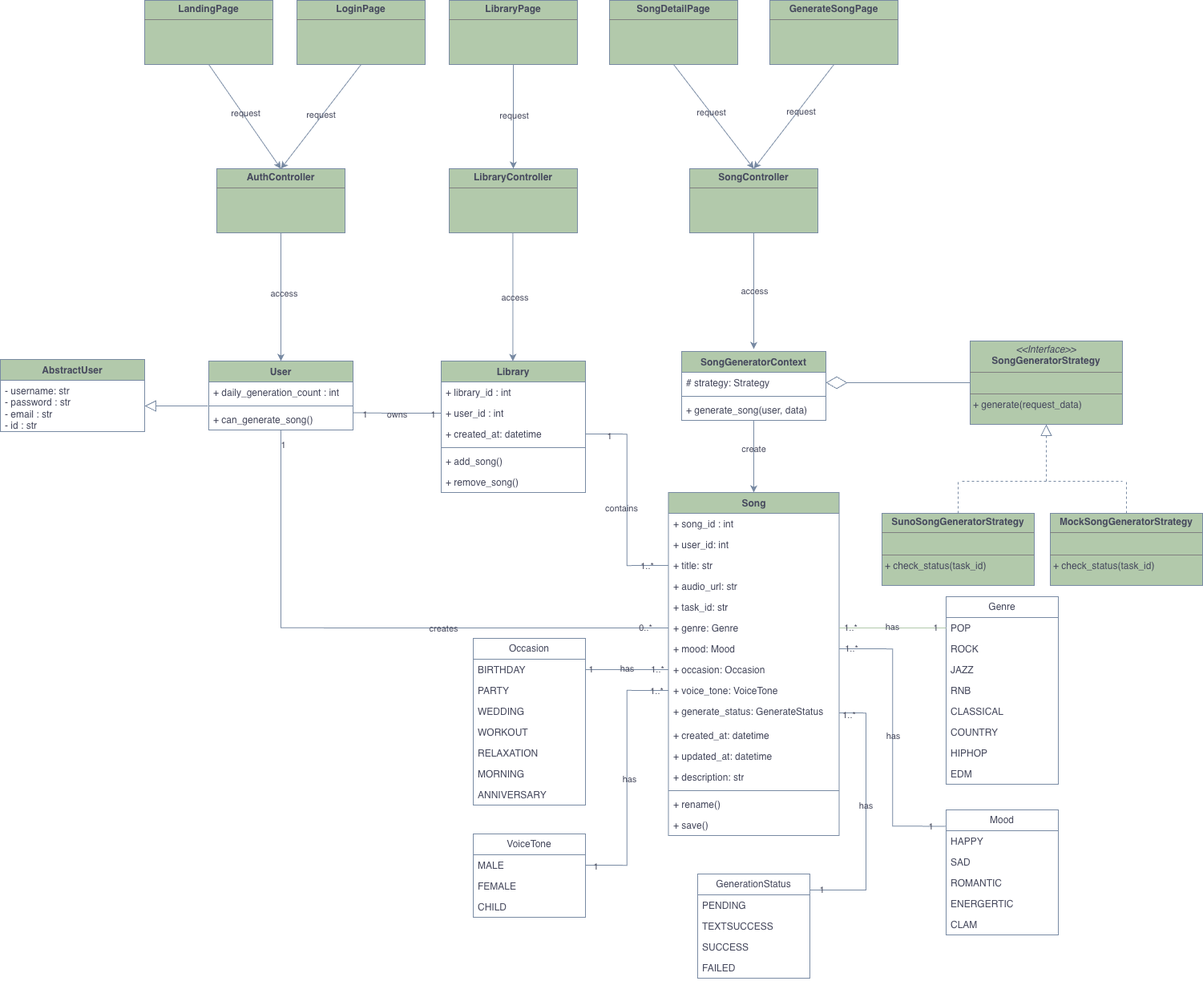
The draw.io diagram screenshots/class_diagram.png in primpunnapa/chitara, before a commit. Source tidied: cells renumbered, new cells last; positions are measured from the earlier drawing's top-left corner, leaving out a move shared by most shapes.
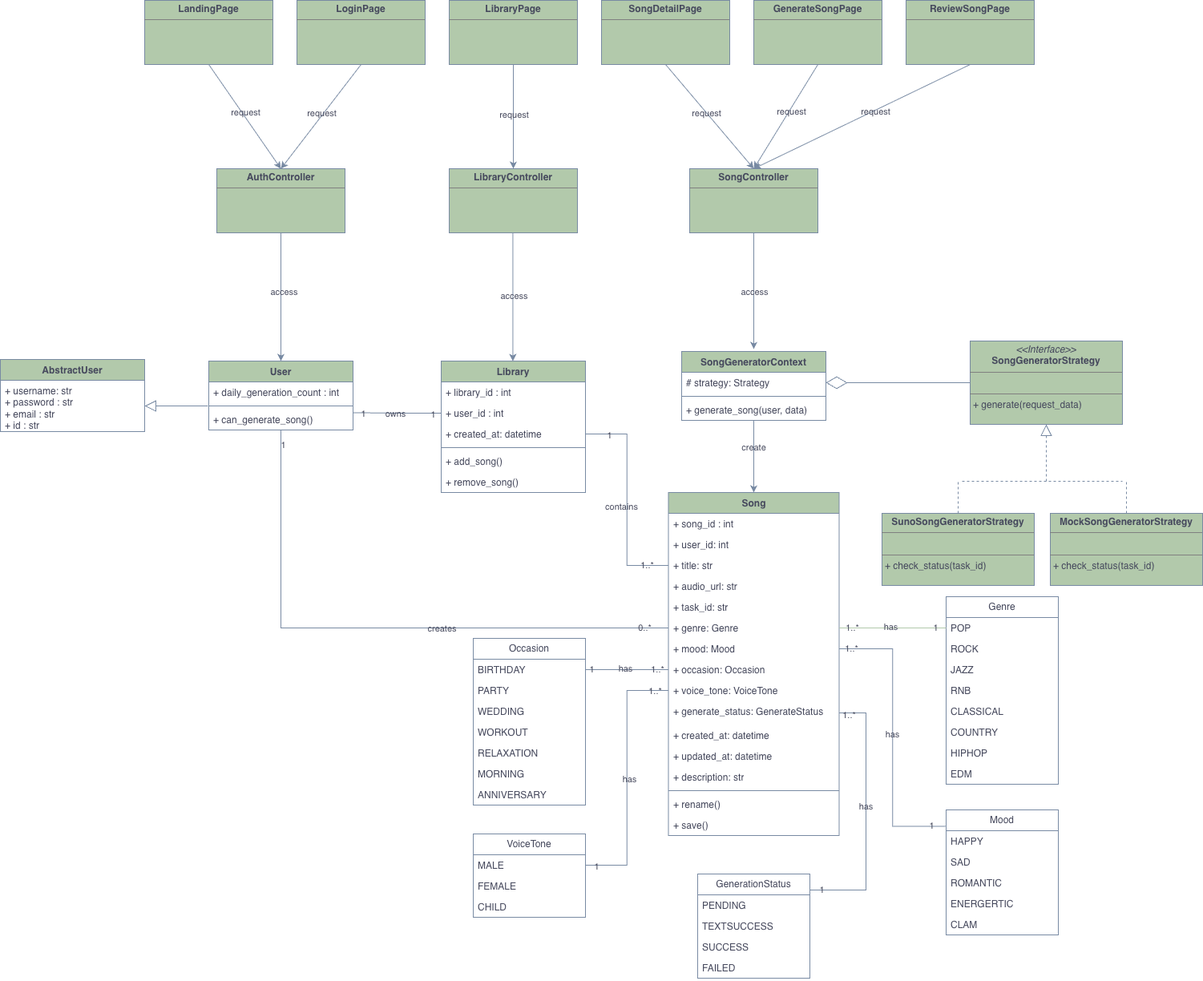
The same diagram one commit later.

Commit message:
(docs): fix text in diagram

What changed in the source:
```diff
@@ -21,10 +21,10 @@
       <mxGeometry x="560" width="160" height="80" as="geometry" />
     </mxCell>
     <mxCell id="8" value="&lt;p style=&quot;margin:0px;margin-top:4px;text-align:center;&quot;&gt;&lt;span style=&quot;font-weight: 700;&quot;&gt;SongDetailPage&lt;/span&gt;&lt;/p&gt;&lt;hr size=&quot;1&quot; style=&quot;border-style:solid;&quot;&gt;&lt;p style=&quot;margin:0px;margin-left:4px;&quot;&gt;&lt;br&gt;&lt;/p&gt;" style="verticalAlign=top;align=left;overflow=fill;html=1;whiteSpace=wrap;labelBackgroundColor=none;fillColor=#B2C9AB;strokeColor=#788AA3;fontColor=#46495D;" parent="1" vertex="1">
-      <mxGeometry x="760" width="160" height="80" as="geometry" />
+      <mxGeometry x="750" width="160" height="80" as="geometry" />
     </mxCell>
     <mxCell id="9" value="&lt;p style=&quot;margin:0px;margin-top:4px;text-align:center;&quot;&gt;&lt;span style=&quot;font-weight: 700;&quot;&gt;GenerateSongPage&lt;/span&gt;&lt;/p&gt;&lt;hr size=&quot;1&quot; style=&quot;border-style:solid;&quot;&gt;&lt;p style=&quot;margin:0px;margin-left:4px;&quot;&gt;&lt;br&gt;&lt;/p&gt;" style="verticalAlign=top;align=left;overflow=fill;html=1;whiteSpace=wrap;labelBackgroundColor=none;fillColor=#B2C9AB;strokeColor=#788AA3;fontColor=#46495D;" parent="1" vertex="1">
-      <mxGeometry x="960" width="160" height="80" as="geometry" />
+      <mxGeometry x="940" width="160" height="80" as="geometry" />
     </mxCell>
     <mxCell id="10" style="endArrow=classic;startArrow=none;html=1;rounded=0;exitX=0.5;exitY=1;exitDx=0;exitDy=0;entryX=0.5;entryY=0;entryDx=0;entryDy=0;startFill=0;labelBackgroundColor=none;strokeColor=#788AA3;fontColor=default;" parent="1" edge="1" source="5" target="2">
       <mxGeometry relative="1" as="geometry" />
@@ -110,7 +110,7 @@
     <mxCell id="34" value="AbstractUser" style="swimlane;fontStyle=1;align=center;verticalAlign=top;horizontal=1;startSize=26;whiteSpace=wrap;html=1;labelBackgroundColor=none;fillColor=#B2C9AB;strokeColor=#788AA3;fontColor=#46495D;" parent="1" vertex="1">
       <mxGeometry y="448" width="180" height="90" as="geometry" />
     </mxCell>
-    <mxCell id="35" value="- username: str&lt;div&gt;- password : str&lt;/div&gt;&lt;div&gt;- email : str&lt;/div&gt;&lt;div&gt;- id : str&lt;/div&gt;" style="text;strokeColor=none;fillColor=none;align=left;verticalAlign=top;spacingLeft=4;spacingRight=4;overflow=hidden;points=[[0,0.5],[1,0.5]];portConstraint=eastwest;whiteSpace=wrap;html=1;labelBackgroundColor=none;fontColor=#46495D;" parent="34" vertex="1">
+    <mxCell id="35" value="+ username: str&lt;div&gt;+ password : str&lt;/div&gt;&lt;div&gt;+ email : str&lt;/div&gt;&lt;div&gt;+ id : str&lt;/div&gt;" style="text;strokeColor=none;fillColor=none;align=left;verticalAlign=top;spacingLeft=4;spacingRight=4;overflow=hidden;points=[[0,0.5],[1,0.5]];portConstraint=eastwest;whiteSpace=wrap;html=1;labelBackgroundColor=none;fontColor=#46495D;" parent="34" vertex="1">
       <mxGeometry y="26" width="180" height="64" as="geometry" />
     </mxCell>
     <mxCell id="36" style="endArrow=block;endFill=0;endSize=12;html=1;rounded=0;entryX=1;entryY=0.5;entryDx=0;entryDy=0;exitX=-0.007;exitY=1.15;exitDx=0;exitDy=0;exitPerimeter=0;labelBackgroundColor=none;strokeColor=#788AA3;fontColor=default;" parent="1" edge="1" source="31" target="35">
@@ -446,5 +446,14 @@
     <mxCell id="134" value="1" style="edgeLabel;html=1;align=center;verticalAlign=middle;strokeColor=#788AA3;fontColor=#46495D;fillColor=#B2C9AB;labelBackgroundColor=none;" parent="131" vertex="1">
       <mxGeometry x="-0.74" y="1" relative="1" as="geometry" />
     </mxCell>
+    <mxCell id="135" value="&lt;p style=&quot;margin:0px;margin-top:4px;text-align:center;&quot;&gt;&lt;span style=&quot;font-weight: 700;&quot;&gt;ReviewSongPage&lt;/span&gt;&lt;/p&gt;&lt;hr size=&quot;1&quot; style=&quot;border-style:solid;&quot;&gt;&lt;p style=&quot;margin:0px;margin-left:4px;&quot;&gt;&lt;br&gt;&lt;/p&gt;" style="verticalAlign=top;align=left;overflow=fill;html=1;whiteSpace=wrap;labelBackgroundColor=none;fillColor=#B2C9AB;strokeColor=#788AA3;fontColor=#46495D;" parent="1" vertex="1">
+      <mxGeometry x="1130" width="160" height="80" as="geometry" />
+    </mxCell>
+    <mxCell id="136" style="endArrow=classic;startArrow=none;html=1;rounded=0;exitX=0.5;exitY=1;exitDx=0;exitDy=0;startFill=0;labelBackgroundColor=none;strokeColor=#788AA3;fontColor=default;entryX=0.5;entryY=0;entryDx=0;entryDy=0;" parent="1" edge="1" source="135" target="4">
+      <mxGeometry relative="1" as="geometry" />
+    </mxCell>
+    <mxCell id="137" value="request" style="edgeLabel;html=1;align=center;verticalAlign=middle;labelBackgroundColor=none;fontColor=#46495D;" parent="136" vertex="1">
+      <mxGeometry x="-0.12" y="1" relative="1" as="geometry" />
+    </mxCell>
   </root>
 </mxGraphModel>
```
